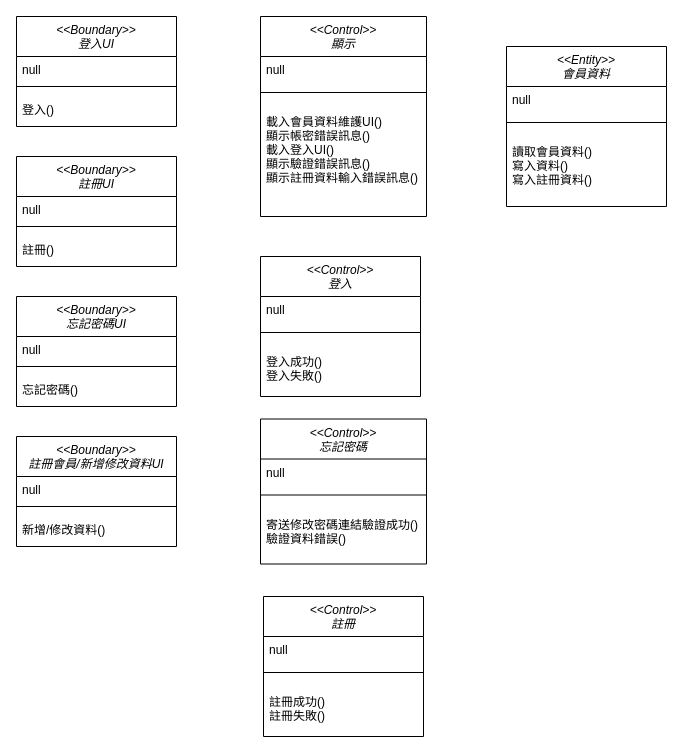
Before: 會員管理類別圖0515.drawio in odcs0320/blog, a draw.io diagram. Source tidied: cells renumbered, new cells numbered last; positions are measured from the earlier drawing's top-left corner, leaving out a move shared by most shapes. Both pictures are drawn from the tidied source at 100%, with x=0, y=0 at pixel (16, 16).
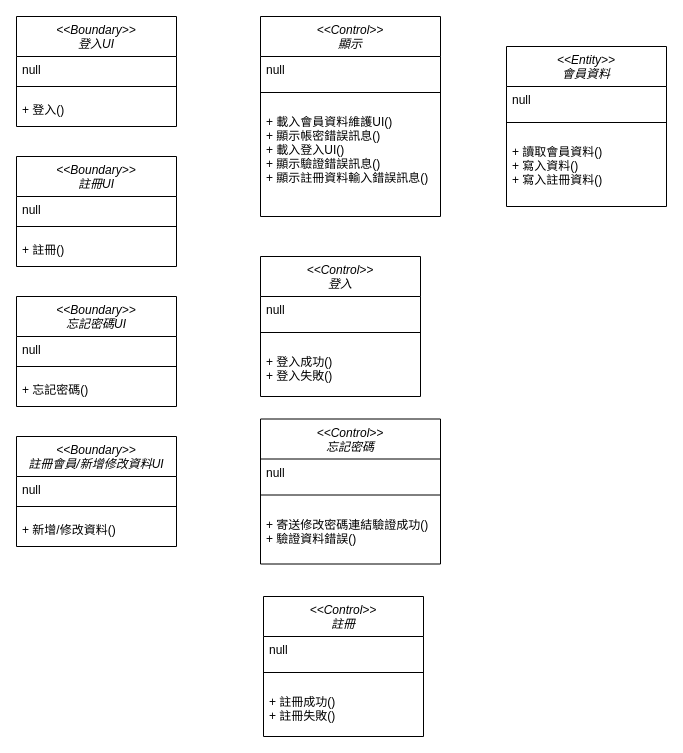
The same page after the edit.

Commit message (it also covers changes not shown here):
更新會員管理類別圖0515.drawio

The change refers to these unchanged cells:
```xml
<mxCell id="2" value="&lt;&lt;Boundary&gt;&gt;&#10;登入UI" style="swimlane;fontStyle=2;align=center;verticalAlign=top;horizontal=1;startSize=40;rounded=0;shadow=0;strokeWidth=1;" parent="1" vertex="1">
  <mxGeometry width="160" height="110" as="geometry" />
</mxCell>
<mxCell id="6" value="&lt;&lt;Boundary&gt;&gt;&#10;註冊UI" style="swimlane;fontStyle=2;align=center;verticalAlign=top;horizontal=1;startSize=40;rounded=0;shadow=0;strokeWidth=1;" parent="1" vertex="1">
  <mxGeometry y="140" width="160" height="110" as="geometry" />
</mxCell>
<mxCell id="10" value="&lt;&lt;Boundary&gt;&gt;&#10;忘記密碼UI" style="swimlane;fontStyle=2;align=center;verticalAlign=top;horizontal=1;startSize=40;rounded=0;shadow=0;strokeWidth=1;" parent="1" vertex="1">
  <mxGeometry y="280" width="160" height="110" as="geometry" />
</mxCell>
<mxCell id="14" value="&lt;&lt;Boundary&gt;&gt;&#10;註冊會員/新增修改資料UI" style="swimlane;fontStyle=2;align=center;verticalAlign=top;horizontal=1;startSize=40;rounded=0;shadow=0;strokeWidth=1;" parent="1" vertex="1">
  <mxGeometry y="420" width="160" height="110" as="geometry" />
</mxCell>
<mxCell id="22" value="&lt;&lt;Control&gt;&gt;&#10;登入" style="swimlane;fontStyle=2;align=center;verticalAlign=top;horizontal=1;startSize=40;rounded=0;shadow=0;strokeWidth=1;" parent="1" vertex="1">
  <mxGeometry x="244" y="240" width="160" height="140" as="geometry" />
</mxCell>
<mxCell id="30" value="&lt;&lt;Control&gt;&gt;&#10;註冊" style="swimlane;fontStyle=2;align=center;verticalAlign=top;horizontal=1;startSize=40;rounded=0;shadow=0;strokeWidth=1;" parent="1" vertex="1">
  <mxGeometry x="247" y="580" width="160" height="140" as="geometry" />
</mxCell>
<mxCell id="34" value="&lt;&lt;Entity&gt;&gt;&#10;會員資料" style="swimlane;fontStyle=2;align=center;verticalAlign=top;horizontal=1;startSize=40;rounded=0;shadow=0;strokeWidth=1;" parent="1" vertex="1">
  <mxGeometry x="490" y="30" width="160" height="160" as="geometry" />
</mxCell>
```

What changed in the source:
```diff
@@
-    <mxCell id="5" value="登入()" style="text;align=left;verticalAlign=top;spacingLeft=4;spacingRight=4;overflow=hidden;rounded=0;shadow=0;html=0;" parent="2" vertex="1">
+    <mxCell id="5" value="+ 登入()" style="text;align=left;verticalAlign=top;spacingLeft=4;spacingRight=4;overflow=hidden;rounded=0;shadow=0;html=0;" parent="2" vertex="1">
       <mxGeometry y="80" width="160" height="20" as="geometry" />
     </mxCell>
@@
-    <mxCell id="9" value="註冊()&#10;" style="text;align=left;verticalAlign=top;spacingLeft=4;spacingRight=4;overflow=hidden;rounded=0;shadow=0;html=0;" parent="6" vertex="1">
+    <mxCell id="9" value="+ 註冊()&#10;" style="text;align=left;verticalAlign=top;spacingLeft=4;spacingRight=4;overflow=hidden;rounded=0;shadow=0;html=0;" parent="6" vertex="1">
       <mxGeometry y="80" width="160" height="20" as="geometry" />
     </mxCell>
@@
-    <mxCell id="13" value="忘記密碼()&#10;" style="text;align=left;verticalAlign=top;spacingLeft=4;spacingRight=4;overflow=hidden;rounded=0;shadow=0;html=0;" parent="10" vertex="1">
+    <mxCell id="13" value="+ 忘記密碼()&#10;" style="text;align=left;verticalAlign=top;spacingLeft=4;spacingRight=4;overflow=hidden;rounded=0;shadow=0;html=0;" parent="10" vertex="1">
       <mxGeometry y="80" width="160" height="20" as="geometry" />
     </mxCell>
@@
-    <mxCell id="17" value="新增/修改資料()" style="text;align=left;verticalAlign=top;spacingLeft=4;spacingRight=4;overflow=hidden;rounded=0;shadow=0;html=0;" parent="14" vertex="1">
+    <mxCell id="17" value="+ 新增/修改資料()" style="text;align=left;verticalAlign=top;spacingLeft=4;spacingRight=4;overflow=hidden;rounded=0;shadow=0;html=0;" parent="14" vertex="1">
       <mxGeometry y="80" width="160" height="20" as="geometry" />
     </mxCell>
     <mxCell id="18" value="&lt;&lt;Control&gt;&gt;&#10;顯示" style="swimlane;fontStyle=2;align=center;verticalAlign=top;horizontal=1;startSize=40;rounded=0;shadow=0;strokeWidth=1;" parent="1" vertex="1">
-      <mxGeometry x="244" width="166" height="200" as="geometry" />
+      <mxGeometry x="244" width="180" height="200" as="geometry" />
     </mxCell>
     <mxCell id="19" value="null" style="text;align=left;verticalAlign=top;spacingLeft=4;spacingRight=4;overflow=hidden;rounded=0;shadow=0;html=0;" parent="18" vertex="1">
-      <mxGeometry y="40" width="166" height="20" as="geometry" />
+      <mxGeometry y="40" width="180" height="20" as="geometry" />
     </mxCell>
     <mxCell id="20" style="line;html=1;strokeWidth=1;align=left;verticalAlign=middle;spacingTop=-1;spacingLeft=3;spacingRight=3;labelPosition=right;" parent="18" vertex="1">
-      <mxGeometry y="60" width="166" height="32" as="geometry" />
+      <mxGeometry y="60" width="180" height="32" as="geometry" />
     </mxCell>
-    <mxCell id="21" value="載入會員資料維護UI()&#10;顯示帳密錯誤訊息()&#10;載入登入UI()&#10;顯示驗證錯誤訊息()&#10;顯示註冊資料輸入錯誤訊息()" style="text;align=left;verticalAlign=top;spacingLeft=4;spacingRight=4;overflow=hidden;rounded=0;shadow=0;html=0;" parent="18" vertex="1">
-      <mxGeometry y="92" width="166" height="88" as="geometry" />
+    <mxCell id="21" value="+ 載入會員資料維護UI()&#10;+ 顯示帳密錯誤訊息()&#10;+ 載入登入UI()&#10;+ 顯示驗證錯誤訊息()&#10;+ 顯示註冊資料輸入錯誤訊息()" style="text;align=left;verticalAlign=top;spacingLeft=4;spacingRight=4;overflow=hidden;rounded=0;shadow=0;html=0;" parent="18" vertex="1">
+      <mxGeometry y="92" width="180" height="88" as="geometry" />
     </mxCell>
@@
-    <mxCell id="25" value="登入成功()&#10;登入失敗()" style="text;align=left;verticalAlign=top;spacingLeft=4;spacingRight=4;overflow=hidden;rounded=0;shadow=0;html=0;" parent="22" vertex="1">
+    <mxCell id="25" value="+ 登入成功()&#10;+ 登入失敗()" style="text;align=left;verticalAlign=top;spacingLeft=4;spacingRight=4;overflow=hidden;rounded=0;shadow=0;html=0;" parent="22" vertex="1">
       <mxGeometry y="92" width="160" height="38" as="geometry" />
     </mxCell>
     <mxCell id="26" value="&lt;&lt;Control&gt;&gt;&#10;忘記密碼" style="swimlane;fontStyle=2;align=center;verticalAlign=top;horizontal=1;startSize=40;rounded=0;shadow=0;strokeWidth=1;" parent="1" vertex="1">
-      <mxGeometry x="244" y="402.5" width="166" height="145" as="geometry" />
+      <mxGeometry x="244" y="402.5" width="180" height="145" as="geometry" />
     </mxCell>
     <mxCell id="27" value="null" style="text;align=left;verticalAlign=top;spacingLeft=4;spacingRight=4;overflow=hidden;rounded=0;shadow=0;html=0;" parent="26" vertex="1">
-      <mxGeometry y="40" width="166" height="20" as="geometry" />
+      <mxGeometry y="40" width="180" height="20" as="geometry" />
     </mxCell>
     <mxCell id="28" style="line;html=1;strokeWidth=1;align=left;verticalAlign=middle;spacingTop=-1;spacingLeft=3;spacingRight=3;labelPosition=right;" parent="26" vertex="1">
-      <mxGeometry y="60" width="166" height="32" as="geometry" />
+      <mxGeometry y="60" width="180" height="32" as="geometry" />
     </mxCell>
-    <mxCell id="29" value="寄送修改密碼連結驗證成功()&#10;驗證資料錯誤()" style="text;align=left;verticalAlign=top;spacingLeft=4;spacingRight=4;overflow=hidden;rounded=0;shadow=0;html=0;" parent="26" vertex="1">
-      <mxGeometry y="92" width="166" height="38" as="geometry" />
+    <mxCell id="29" value="+ 寄送修改密碼連結驗證成功()&#10;+ 驗證資料錯誤()" style="text;align=left;verticalAlign=top;spacingLeft=4;spacingRight=4;overflow=hidden;rounded=0;shadow=0;html=0;" parent="26" vertex="1">
+      <mxGeometry y="92" width="180" height="38" as="geometry" />
     </mxCell>
@@
-    <mxCell id="33" value="註冊成功()&#10;註冊失敗()" style="text;align=left;verticalAlign=top;spacingLeft=4;spacingRight=4;overflow=hidden;rounded=0;shadow=0;html=0;" parent="30" vertex="1">
+    <mxCell id="33" value="+ 註冊成功()&#10;+ 註冊失敗()" style="text;align=left;verticalAlign=top;spacingLeft=4;spacingRight=4;overflow=hidden;rounded=0;shadow=0;html=0;" parent="30" vertex="1">
       <mxGeometry y="92" width="160" height="38" as="geometry" />
     </mxCell>
@@
-    <mxCell id="37" value="讀取會員資料()&#10;寫入資料()&#10;寫入註冊資料()" style="text;align=left;verticalAlign=top;spacingLeft=4;spacingRight=4;overflow=hidden;rounded=0;shadow=0;html=0;" parent="34" vertex="1">
+    <mxCell id="37" value="+ 讀取會員資料()&#10;+ 寫入資料()&#10;+ 寫入註冊資料()" style="text;align=left;verticalAlign=top;spacingLeft=4;spacingRight=4;overflow=hidden;rounded=0;shadow=0;html=0;" parent="34" vertex="1">
       <mxGeometry y="92" width="160" height="58" as="geometry" />
     </mxCell>
```
